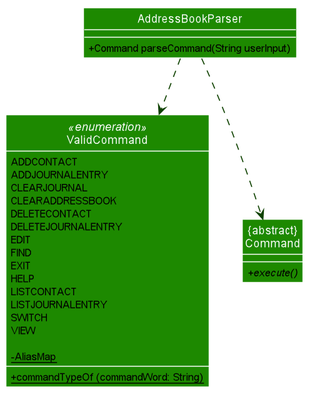
Earlier version of the PlantUML export docs/images/commandAlias/aliasClassDiagram.png (zhXchD/tp).
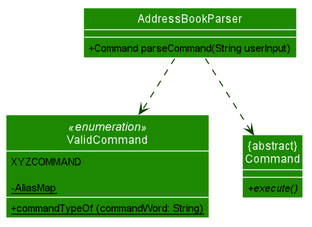
After the commit.

Commit message:
Add code snippit to alias part in DG

Change to the diagram source:
```diff
@@ -53,20 +53,7 @@
 
 skinparam classAttributeIconSize 0
 class ValidCommand <<enumeration>> {
-        ADDCONTACT
-        ADDJOURNALENTRY
-        CLEARJOURNAL
-        CLEARADDRESSBOOK
-        DELETECONTACT
-        DELETEJOURNALENTRY
-        EDIT
-        FIND
-        EXIT
-        HELP
-        LISTCONTACT
-        LISTJOURNALENTRY
-        SWITCH
-        VIEW
+        XYZCOMMAND
 
         - {static} AliasMap
 
```
